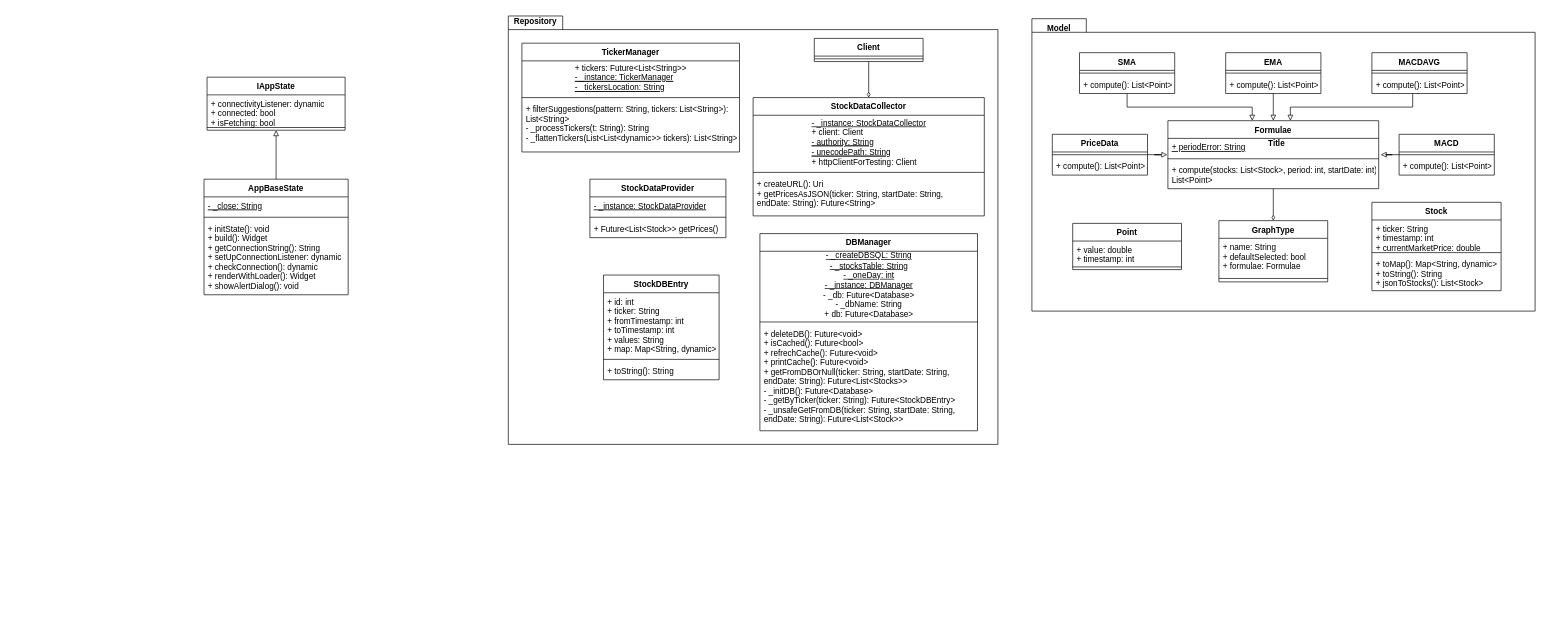
This is diagrams/ClassDiagram.drawio from TudorMaxim/FinancialSystemsCoursework, a draw.io file, before an edit. Source tidied: cells renumbered, new cells numbered last; positions are measured from the earlier drawing's top-left corner, leaving out a move shared by most shapes. Both pictures are drawn from the tidied source at 68%, with x=0, y=0 at pixel (203, 12).
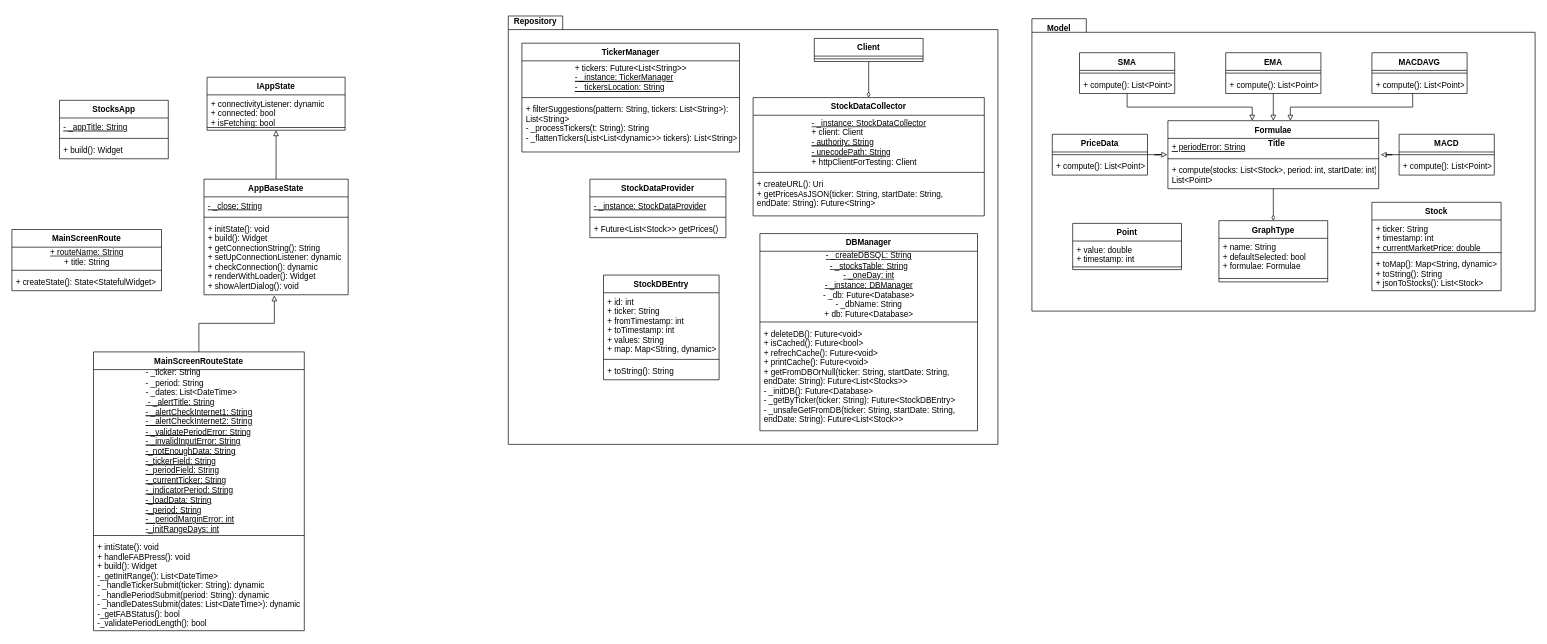
Above is the later version.

Commit message:
MainScreen class added

Unchanged cells that the change refers to:
```xml
<mxCell id="72" value="+ initState(): void&#10;+ build(): Widget&#10;+ getConnectionString(): String&#10;+ setUpConnectionListener: dynamic&#10;+ checkConnection(): dynamic&#10;+ renderWithLoader(): Widget&#10;+ showAlertDialog(): void" style="text;strokeColor=none;fillColor=none;align=left;verticalAlign=top;spacingLeft=4;spacingRight=4;overflow=hidden;points=[[0,0.5],[1,0.5]];portConstraint=eastwest;" parent="69" vertex="1">
  <mxGeometry y="60" width="212" height="110" as="geometry" />
</mxCell>
```

Diff of the diagram source:
```diff
@@
+    <mxCell id="73" value="StocksApp" style="swimlane;fontStyle=1;align=center;verticalAlign=top;horizontal=1;startSize=26;" parent="1" vertex="1">
+      <mxGeometry x="-212" y="130" width="160" height="86" as="geometry" />
+    </mxCell>
+    <mxCell id="74" value="- _appTitle: String" style="text;strokeColor=none;fillColor=none;align=left;verticalAlign=top;spacingLeft=4;spacingRight=4;overflow=hidden;fontStyle=4;" parent="73" vertex="1">
+      <mxGeometry y="26" width="160" height="26" as="geometry" />
+    </mxCell>
+    <mxCell id="75" style="line;strokeWidth=1;fillColor=none;align=left;verticalAlign=middle;spacingTop=-1;spacingLeft=3;spacingRight=3;labelPosition=right;" parent="73" vertex="1">
+      <mxGeometry y="52" width="160" height="8" as="geometry" />
+    </mxCell>
+    <mxCell id="76" value="+ build(): Widget" style="text;strokeColor=none;fillColor=none;align=left;verticalAlign=top;spacingLeft=4;spacingRight=4;overflow=hidden;" parent="73" vertex="1">
+      <mxGeometry y="60" width="160" height="26" as="geometry" />
+    </mxCell>
+    <mxCell id="77" value="MainScreenRoute" style="swimlane;fontStyle=1;align=center;verticalAlign=top;horizontal=1;startSize=26;" parent="1" vertex="1">
+      <mxGeometry x="-282" y="320" width="220" height="90" as="geometry" />
+    </mxCell>
+    <mxCell id="78" value="&lt;u&gt;&lt;span style=&quot;text-align: left&quot;&gt;+ routeName: String&lt;/span&gt;&lt;br&gt;&lt;/u&gt;+ title: String" style="text;html=1;align=center;verticalAlign=middle;" parent="77" vertex="1">
+      <mxGeometry y="26" width="220" height="30" as="geometry" />
+    </mxCell>
+    <mxCell id="79" style="line;strokeWidth=1;fillColor=none;align=left;verticalAlign=middle;spacingTop=-1;spacingLeft=3;spacingRight=3;labelPosition=right;" parent="77" vertex="1">
+      <mxGeometry y="56" width="220" height="8" as="geometry" />
+    </mxCell>
+    <mxCell id="80" value="+ createState(): State&lt;StatefulWidget&gt;" style="text;strokeColor=none;fillColor=none;align=left;verticalAlign=top;spacingLeft=4;spacingRight=4;overflow=hidden;" parent="77" vertex="1">
+      <mxGeometry y="64" width="220" height="26" as="geometry" />
+    </mxCell>
+    <mxCell id="81" style="edgeStyle=orthogonalEdgeStyle;rounded=0;jettySize=auto;html=1;entryX=0.488;entryY=1.009;entryDx=0;entryDy=0;entryPerimeter=0;endArrow=block;endFill=0;" parent="1" edge="1" source="82" target="72">
+      <mxGeometry relative="1" as="geometry" />
+    </mxCell>
+    <mxCell id="82" value="MainScreenRouteState" style="swimlane;fontStyle=1;align=center;verticalAlign=top;horizontal=1;startSize=26;" parent="1" vertex="1">
+      <mxGeometry x="-162" y="500" width="310" height="410" as="geometry" />
+    </mxCell>
+    <mxCell id="83" value="&lt;div style=&quot;text-align: left&quot;&gt;- _ticker: String&lt;/div&gt;&lt;span&gt;&lt;div style=&quot;text-align: left&quot;&gt;- _period: String&lt;/div&gt;&lt;/span&gt;&lt;span&gt;&lt;div style=&quot;text-align: left&quot;&gt;- _dates: List&amp;lt;DateTime&amp;gt;&lt;/div&gt;&lt;/span&gt;&lt;div style=&quot;text-align: left&quot;&gt;&lt;u&gt;&amp;nbsp;- _alertTitle: String&lt;/u&gt;&lt;/div&gt;&lt;u&gt;&lt;div style=&quot;text-align: left&quot;&gt;&lt;u&gt;- _alertCheckInternet1: String&lt;/u&gt;&lt;/div&gt;&lt;span&gt;&lt;div style=&quot;text-align: left&quot;&gt;&lt;u&gt;- _alertCheckInternet2: String&lt;/u&gt;&lt;/div&gt;&lt;/span&gt;&lt;span&gt;&lt;div style=&quot;text-align: left&quot;&gt;&lt;u&gt;- _validatePeriodError: String&lt;/u&gt;&lt;/div&gt;&lt;/span&gt;&lt;span&gt;&lt;div style=&quot;text-align: left&quot;&gt;&lt;u&gt;- _invalidInputError: String&lt;/u&gt;&lt;/div&gt;&lt;/span&gt;&lt;span&gt;&lt;div style=&quot;text-align: left&quot;&gt;&lt;u&gt;-_notEnoughData: String&lt;/u&gt;&lt;/div&gt;&lt;/span&gt;&lt;span&gt;&lt;div style=&quot;text-align: left&quot;&gt;&lt;u&gt;-_tickerField: String&lt;/u&gt;&lt;/div&gt;&lt;/span&gt;&lt;span&gt;&lt;div style=&quot;text-align: left&quot;&gt;&lt;u&gt;-_periodField: String&lt;/u&gt;&lt;/div&gt;&lt;/span&gt;&lt;span&gt;&lt;div style=&quot;text-align: left&quot;&gt;&lt;u&gt;-_currentTicker: String&lt;/u&gt;&lt;/div&gt;&lt;/span&gt;&lt;span&gt;&lt;div style=&quot;text-align: left&quot;&gt;&lt;u&gt;-_indicatorPeriod: String&lt;/u&gt;&lt;/div&gt;&lt;/span&gt;&lt;span&gt;&lt;div style=&quot;text-align: left&quot;&gt;&lt;u&gt;-_loadData: String&lt;/u&gt;&lt;/div&gt;&lt;/span&gt;&lt;span&gt;&lt;div style=&quot;text-align: left&quot;&gt;&lt;u&gt;-_period: String&lt;/u&gt;&lt;/div&gt;&lt;/span&gt;&lt;span&gt;&lt;div style=&quot;text-align: left&quot;&gt;&lt;u&gt;- _periodMarginError: int&lt;/u&gt;&lt;/div&gt;&lt;/span&gt;&lt;/u&gt;&lt;span&gt;&lt;div style=&quot;text-align: left&quot;&gt;&lt;u&gt;-_initRangeDays: int&lt;/u&gt;&lt;/div&gt;&lt;/span&gt;" style="text;html=1;align=center;verticalAlign=middle;" parent="82" vertex="1">
+      <mxGeometry y="26" width="310" height="240" as="geometry" />
+    </mxCell>
+    <mxCell id="84" style="line;strokeWidth=1;fillColor=none;align=left;verticalAlign=middle;spacingTop=-1;spacingLeft=3;spacingRight=3;labelPosition=right;" parent="82" vertex="1">
+      <mxGeometry y="266" width="310" height="8" as="geometry" />
+    </mxCell>
+    <mxCell id="85" value="+ intiState(): void&#10;+ handleFABPress(): void&#10;+ build(): Widget&#10;-_getInitRange(): List&lt;DateTime&gt;&#10;- _handleTickerSubmit(ticker: String): dynamic&#10;- _handlePeriodSubmit(period: String): dynamic&#10;- _handleDatesSubmit(dates: List&lt;DateTime&gt;): dynamic&#10;-_getFABStatus(): bool&#10;-_validatePeriodLength(): bool&#10;" style="text;strokeColor=none;fillColor=none;align=left;verticalAlign=top;spacingLeft=4;spacingRight=4;overflow=hidden;" parent="82" vertex="1">
+      <mxGeometry y="274" width="310" height="136" as="geometry" />
+    </mxCell>
```
